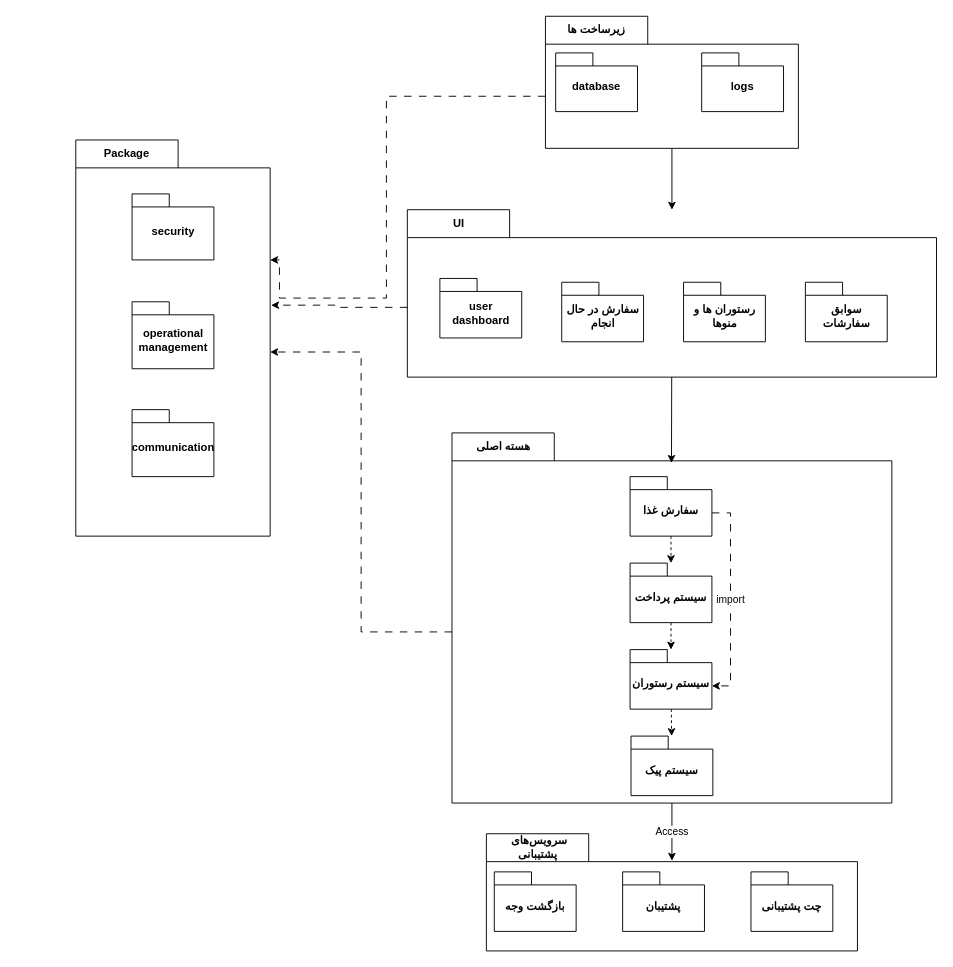
The draw.io diagram 11.drawio in aqua1252/tasks, before the edit. Source tidied: cells renumbered, new cells numbered last; positions are measured from the earlier drawing's top-left corner, leaving out a move shared by most shapes. Both pictures are drawn from the tidied source at 93%, with x=0, y=0 at pixel (75, 16).
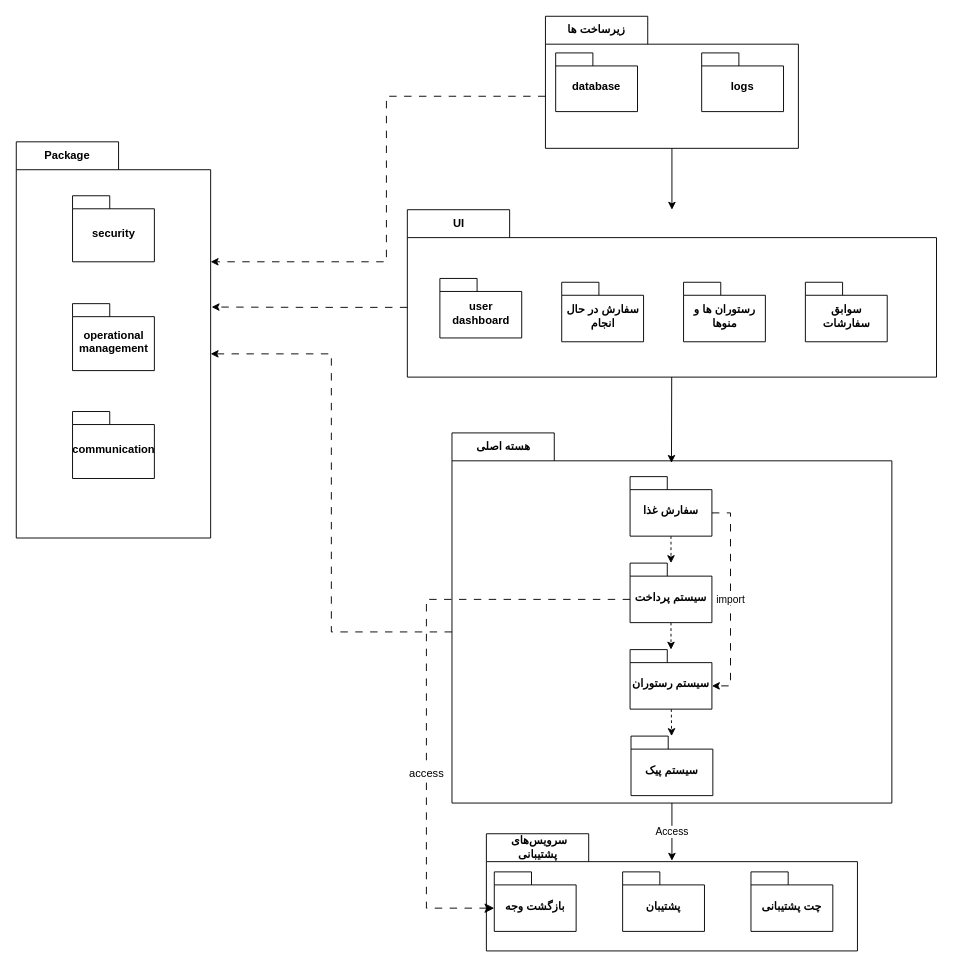
The same page after the edit.

The change refers to these unchanged cells:
```xml
<mxCell id="2" value="زیرساخت ها" style="shape=folder;fontStyle=1;tabWidth=110;tabHeight=30;tabPosition=left;html=1;boundedLbl=1;labelInHeader=1;whiteSpace=wrap;" parent="1" vertex="1">
  <mxGeometry x="505" width="272" height="142" as="geometry" />
</mxCell>
<mxCell id="12" value="سیستم پرداخت" style="shape=folder;fontStyle=1;spacingTop=10;tabWidth=40;tabHeight=14;tabPosition=left;html=1;whiteSpace=wrap;" parent="1" vertex="1">
  <mxGeometry x="596" y="588" width="88" height="64" as="geometry" />
</mxCell>
<mxCell id="26" value="بازگشت وجه" style="shape=folder;fontStyle=1;spacingTop=10;tabWidth=40;tabHeight=14;tabPosition=left;html=1;whiteSpace=wrap;" parent="24" vertex="1">
  <mxGeometry x="8.5" y="41" width="88" height="64" as="geometry" />
</mxCell>
```

Diff of the diagram source:
```diff
@@
     <mxCell id="30" value="Package" style="shape=folder;fontStyle=1;tabWidth=110;tabHeight=30;tabPosition=left;html=1;boundedLbl=1;labelInHeader=1;whiteSpace=wrap;" parent="1" vertex="1">
-      <mxGeometry y="133" width="209" height="426" as="geometry" />
+      <mxGeometry x="-64" y="135" width="209" height="426" as="geometry" />
     </mxCell>
@@
     <mxCell id="36" style="endArrow=classic;html=1;rounded=0;exitX=0;exitY=0;exitDx=0;exitDy=86;exitPerimeter=0;entryX=0;entryY=0;entryDx=209;entryDy=129;entryPerimeter=0;dashed=1;dashPattern=8 8;edgeStyle=orthogonalEdgeStyle;" parent="1" edge="1" source="2" target="30">
       <mxGeometry relative="1" as="geometry">
         <Array as="points">
           <mxPoint x="334" y="86" />
-          <mxPoint x="334" y="303" />
-          <mxPoint x="219" y="303" />
+          <mxPoint x="334" y="264" />
         </Array>
       </mxGeometry>
     </mxCell>
@@
+    <mxCell id="38" value="access" style="endArrow=classic;html=1;rounded=0;fontSize=12;startSize=8;endSize=8;exitX=0;exitY=0;exitDx=0;exitDy=39;exitPerimeter=0;edgeStyle=elbowEdgeStyle;dashed=1;dashPattern=8 8;entryX=0;entryY=0;entryDx=0;entryDy=39;entryPerimeter=0;" parent="1" edge="1" source="12" target="26">
+      <mxGeometry x="0.3" relative="1" as="geometry">
+        <Array as="points">
+          <mxPoint x="377" y="803" />
+        </Array>
+      </mxGeometry>
+    </mxCell>
```
